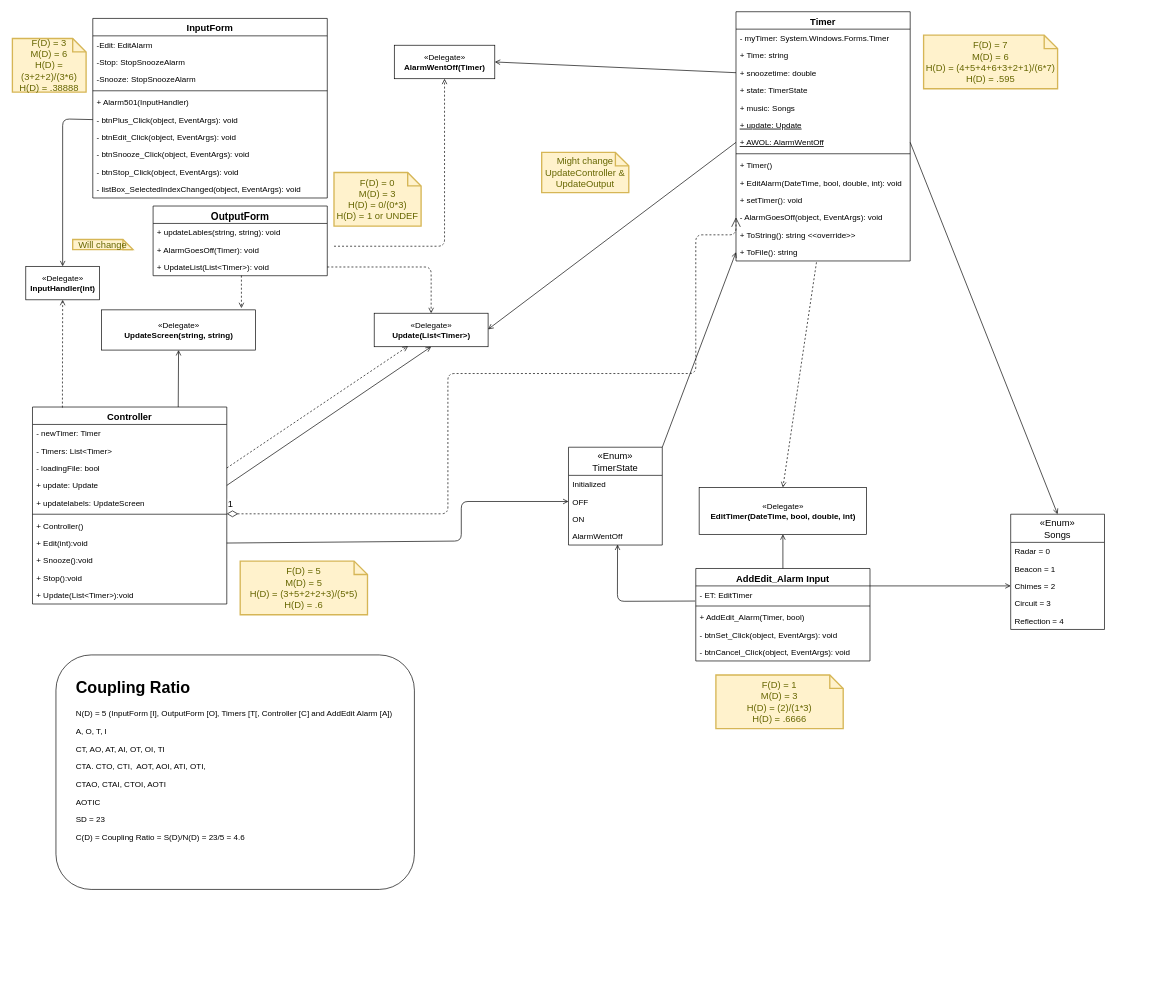
Above: page "Page-1" (1 of 2) of Alarm-Project 3.drawio in Rosebaugh/CS501 (draw.io), before the change. Source tidied: cells renumbered, new cells numbered last; positions are measured from the earlier drawing's top-left corner, leaving out a move shared by most shapes. Both pictures are drawn from the tidied source at 67%, with x=0, y=0 at pixel (12, 11).
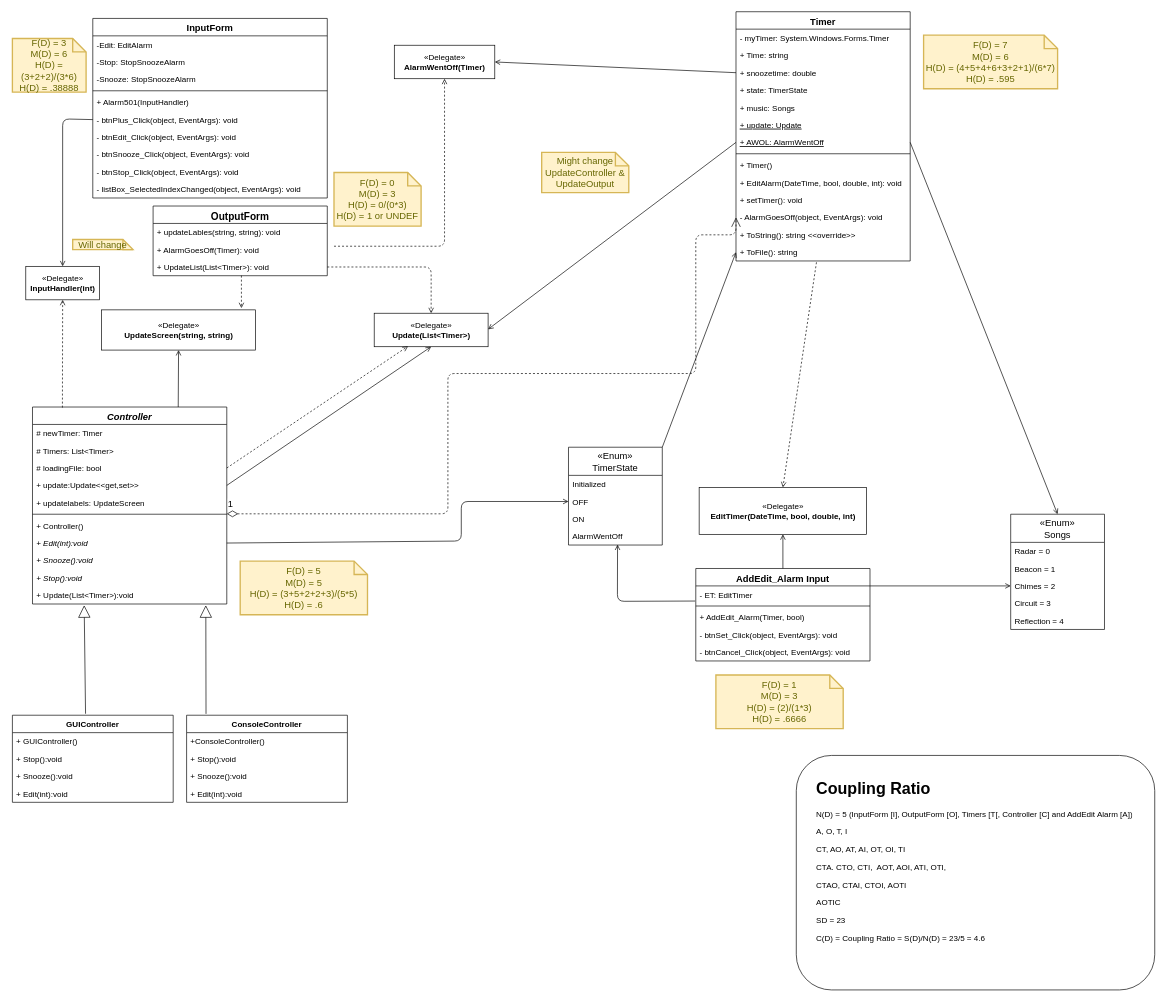
Above is the later version.

The change refers to these unchanged cells:
```xml
<mxCell id="49" value="+ Update(List&lt;Timer&gt;):void" style="text;strokeColor=none;fillColor=none;align=left;verticalAlign=top;spacingLeft=4;spacingRight=4;overflow=hidden;points=[[0,0.5],[1,0.5]];portConstraint=eastwest;" parent="38" vertex="1">
  <mxGeometry y="268" width="290" height="26" as="geometry" />
</mxCell>
```

The edit, as a diff of the source:
```diff
@@
-    <mxCell id="38" value="Controller&#10;" style="swimlane;fontStyle=1;align=center;verticalAlign=top;horizontal=1;startSize=26;fontSize=14;" parent="1" vertex="1">
+    <mxCell id="38" value="Controller&#10;" style="swimlane;fontStyle=3;align=center;verticalAlign=top;horizontal=1;startSize=26;fontSize=14;" parent="1" vertex="1">
       <mxGeometry x="30" y="590" width="290" height="294" as="geometry" />
     </mxCell>
-    <mxCell id="39" value="- newTimer: Timer" style="text;strokeColor=none;fillColor=none;align=left;verticalAlign=top;spacingLeft=4;spacingRight=4;overflow=hidden;" parent="38" vertex="1">
+    <mxCell id="39" value="# newTimer: Timer" style="text;strokeColor=none;fillColor=none;align=left;verticalAlign=top;spacingLeft=4;spacingRight=4;overflow=hidden;" parent="38" vertex="1">
       <mxGeometry y="26" width="290" height="26" as="geometry" />
     </mxCell>
-    <mxCell id="40" value="- Timers: List&lt;Timer&gt;" style="text;strokeColor=none;fillColor=none;align=left;verticalAlign=top;spacingLeft=4;spacingRight=4;overflow=hidden;" parent="38" vertex="1">
+    <mxCell id="40" value="# Timers: List&lt;Timer&gt;" style="text;strokeColor=none;fillColor=none;align=left;verticalAlign=top;spacingLeft=4;spacingRight=4;overflow=hidden;" parent="38" vertex="1">
       <mxGeometry y="52" width="290" height="26" as="geometry" />
     </mxCell>
-    <mxCell id="41" value="- loadingFile: bool" style="text;strokeColor=none;fillColor=none;align=left;verticalAlign=top;spacingLeft=4;spacingRight=4;overflow=hidden;points=[[0,0.5],[1,0.5]];portConstraint=eastwest;" parent="38" vertex="1">
+    <mxCell id="41" value="# loadingFile: bool" style="text;strokeColor=none;fillColor=none;align=left;verticalAlign=top;spacingLeft=4;spacingRight=4;overflow=hidden;points=[[0,0.5],[1,0.5]];portConstraint=eastwest;" parent="38" vertex="1">
       <mxGeometry y="78" width="290" height="26" as="geometry" />
     </mxCell>
-    <mxCell id="42" value="+ update: Update" style="text;strokeColor=none;fillColor=none;align=left;verticalAlign=top;spacingLeft=4;spacingRight=4;overflow=hidden;points=[[0,0.5],[1,0.5]];portConstraint=eastwest;" parent="38" vertex="1">
+    <mxCell id="42" value="+ update:Update&lt;&lt;get,set&gt;&gt;" style="text;strokeColor=none;fillColor=none;align=left;verticalAlign=top;spacingLeft=4;spacingRight=4;overflow=hidden;points=[[0,0.5],[1,0.5]];portConstraint=eastwest;" parent="38" vertex="1">
       <mxGeometry y="104" width="290" height="26" as="geometry" />
     </mxCell>
@@
-    <mxCell id="46" value="+ Edit(int):void" style="text;strokeColor=none;fillColor=none;align=left;verticalAlign=top;spacingLeft=4;spacingRight=4;overflow=hidden;points=[[0,0.5],[1,0.5]];portConstraint=eastwest;" parent="38" vertex="1">
+    <mxCell id="46" value="+ Edit(int):void" style="text;strokeColor=none;fillColor=none;align=left;verticalAlign=top;spacingLeft=4;spacingRight=4;overflow=hidden;points=[[0,0.5],[1,0.5]];portConstraint=eastwest;fontStyle=2;" parent="38" vertex="1">
       <mxGeometry y="190" width="290" height="26" as="geometry" />
     </mxCell>
-    <mxCell id="47" value="+ Snooze():void" style="text;strokeColor=none;fillColor=none;align=left;verticalAlign=top;spacingLeft=4;spacingRight=4;overflow=hidden;" parent="38" vertex="1">
+    <mxCell id="47" value="+ Snooze():void" style="text;strokeColor=none;fillColor=none;align=left;verticalAlign=top;spacingLeft=4;spacingRight=4;overflow=hidden;fontStyle=2;" parent="38" vertex="1">
       <mxGeometry y="216" width="290" height="26" as="geometry" />
     </mxCell>
-    <mxCell id="48" value="+ Stop():void" style="text;strokeColor=none;fillColor=none;align=left;verticalAlign=top;spacingLeft=4;spacingRight=4;overflow=hidden;" parent="38" vertex="1">
+    <mxCell id="48" value="+ Stop():void" style="text;strokeColor=none;fillColor=none;align=left;verticalAlign=top;spacingLeft=4;spacingRight=4;overflow=hidden;fontStyle=2;" parent="38" vertex="1">
       <mxGeometry y="242" width="290" height="26" as="geometry" />
     </mxCell>
@@
     <mxCell id="84" style="rounded=1;whiteSpace=wrap;html=1;" parent="1" vertex="1">
-      <mxGeometry x="65" y="960" width="535" height="350" as="geometry" />
+      <mxGeometry x="1170" y="1110" width="535" height="350" as="geometry" />
     </mxCell>
     <mxCell id="85" value="&lt;p style=&quot;line-height: 60%&quot;&gt;&lt;/p&gt;&lt;h1&gt;Coupling Ratio&lt;/h1&gt;&lt;p&gt;N(D) = 5 (InputForm [I], OutputForm [O], Timers [T[, Controller [C] and AddEdit Alarm [A])&lt;/p&gt;&lt;p&gt;A, O, T, I&lt;/p&gt;&lt;p&gt;CT, AO, AT, AI, OT, OI, TI&lt;/p&gt;&lt;p&gt;CTA. CTO, CTI,&amp;nbsp; AOT, AOI, ATI, OTI,&lt;/p&gt;&lt;p&gt;CTAO, CTAI, CTOI, AOTI&lt;/p&gt;&lt;p&gt;AOTIC&lt;/p&gt;&lt;p&gt;SD = 23&lt;/p&gt;&lt;p&gt;C(D) =&amp;nbsp;&lt;span&gt;Coupling Ratio = S(D)/N(D) = 23/5 = 4.6&amp;nbsp;&lt;/span&gt;&lt;/p&gt;&lt;br&gt;&lt;p&gt;&lt;/p&gt;" style="text;html=1;strokeColor=none;fillColor=none;spacing=5;spacingTop=-20;whiteSpace=wrap;overflow=hidden;rounded=0;" parent="1" vertex="1">
-      <mxGeometry x="90" y="990" width="500" height="270" as="geometry" />
+      <mxGeometry x="1195" y="1140" width="500" height="270" as="geometry" />
     </mxCell>
@@
+    <mxCell id="93" value="GUIController" style="swimlane;fontStyle=1;align=center;verticalAlign=top;horizontal=1;startSize=26;" parent="1" vertex="1">
+      <mxGeometry y="1050" width="240" height="130" as="geometry" />
+    </mxCell>
+    <mxCell id="94" value="+ GUIController()" style="text;strokeColor=none;fillColor=none;align=left;verticalAlign=top;spacingLeft=4;spacingRight=4;overflow=hidden;" parent="93" vertex="1">
+      <mxGeometry y="26" width="240" height="26" as="geometry" />
+    </mxCell>
+    <mxCell id="95" value="+ Stop():void" style="text;strokeColor=none;fillColor=none;align=left;verticalAlign=top;spacingLeft=4;spacingRight=4;overflow=hidden;" parent="93" vertex="1">
+      <mxGeometry y="52" width="240" height="26" as="geometry" />
+    </mxCell>
+    <mxCell id="96" value="+ Snooze():void" style="text;strokeColor=none;fillColor=none;align=left;verticalAlign=top;spacingLeft=4;spacingRight=4;overflow=hidden;" parent="93" vertex="1">
+      <mxGeometry y="78" width="240" height="26" as="geometry" />
+    </mxCell>
+    <mxCell id="97" value="+ Edit(int):void" style="text;strokeColor=none;fillColor=none;align=left;verticalAlign=top;spacingLeft=4;spacingRight=4;overflow=hidden;" parent="93" vertex="1">
+      <mxGeometry y="104" width="240" height="26" as="geometry" />
+    </mxCell>
+    <mxCell id="98" value="ConsoleController" style="swimlane;fontStyle=1;align=center;verticalAlign=top;horizontal=1;startSize=26;" parent="1" vertex="1">
+      <mxGeometry x="260" y="1050" width="240" height="130" as="geometry" />
+    </mxCell>
+    <mxCell id="99" value="+ConsoleController()" style="text;strokeColor=none;fillColor=none;align=left;verticalAlign=top;spacingLeft=4;spacingRight=4;overflow=hidden;" parent="98" vertex="1">
+      <mxGeometry y="26" width="240" height="26" as="geometry" />
+    </mxCell>
+    <mxCell id="100" value="+ Stop():void" style="text;strokeColor=none;fillColor=none;align=left;verticalAlign=top;spacingLeft=4;spacingRight=4;overflow=hidden;" parent="98" vertex="1">
+      <mxGeometry y="52" width="240" height="26" as="geometry" />
+    </mxCell>
+    <mxCell id="101" value="+ Snooze():void" style="text;strokeColor=none;fillColor=none;align=left;verticalAlign=top;spacingLeft=4;spacingRight=4;overflow=hidden;" parent="98" vertex="1">
+      <mxGeometry y="78" width="240" height="26" as="geometry" />
+    </mxCell>
+    <mxCell id="102" value="+ Edit(int):void" style="text;strokeColor=none;fillColor=none;align=left;verticalAlign=top;spacingLeft=4;spacingRight=4;overflow=hidden;" parent="98" vertex="1">
+      <mxGeometry y="104" width="240" height="26" as="geometry" />
+    </mxCell>
+    <mxCell id="103" style="endArrow=block;endSize=16;endFill=0;html=1;exitX=0.455;exitY=-0.017;exitDx=0;exitDy=0;exitPerimeter=0;entryX=0.266;entryY=1.071;entryDx=0;entryDy=0;entryPerimeter=0;" parent="1" edge="1" source="93" target="49">
+      <mxGeometry relative="1" as="geometry" />
+    </mxCell>
+    <mxCell id="104" style="endArrow=block;endSize=16;endFill=0;html=1;entryX=0.892;entryY=1.071;entryDx=0;entryDy=0;entryPerimeter=0;" parent="1" edge="1" target="49">
+      <mxGeometry relative="1" as="geometry">
+        <mxPoint x="289" y="1048" as="sourcePoint" />
+      </mxGeometry>
+    </mxCell>
```
